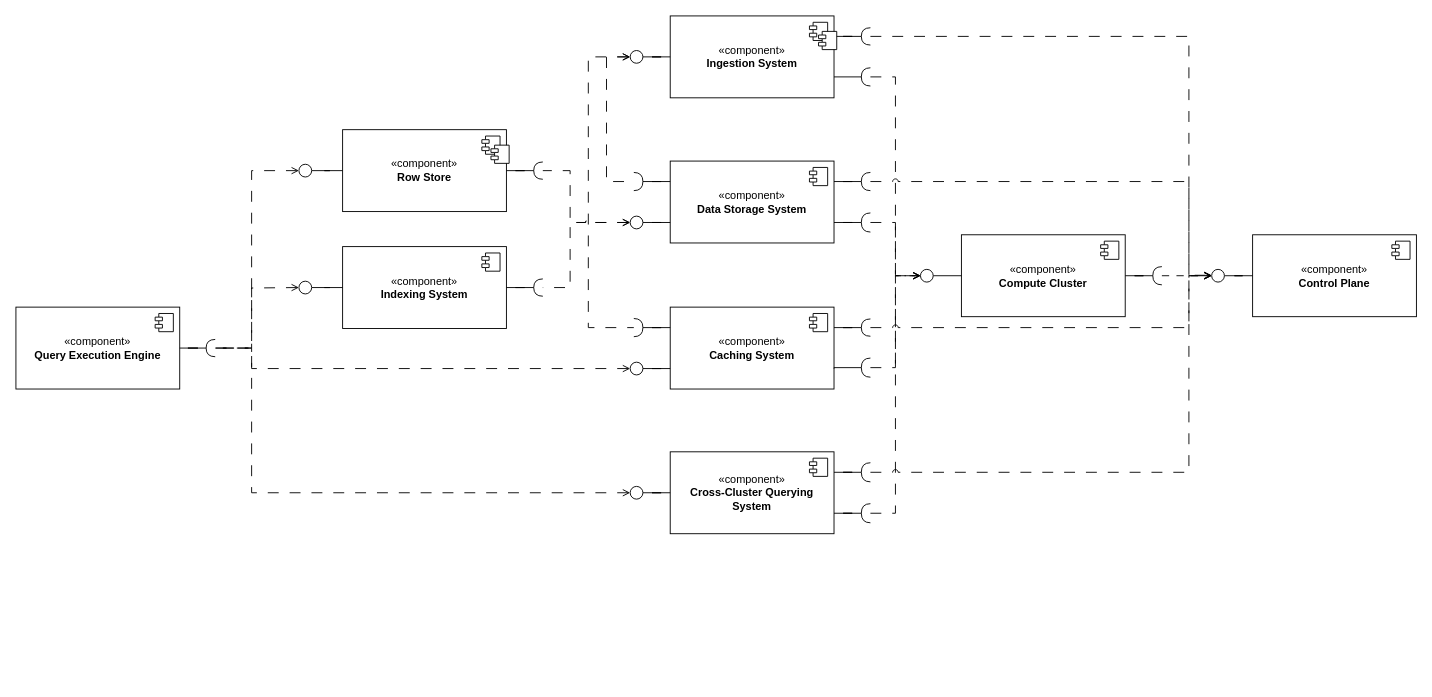
Above: azure_iot.drawio in info-marceloramirez/architect_toolbox (draw.io), before the change. Source tidied: cells renumbered, new cells numbered last; positions are measured from the earlier drawing's top-left corner, leaving out a move shared by most shapes. Both pictures are drawn from the tidied source at 91%, with x=0, y=0 at pixel (15, 15).
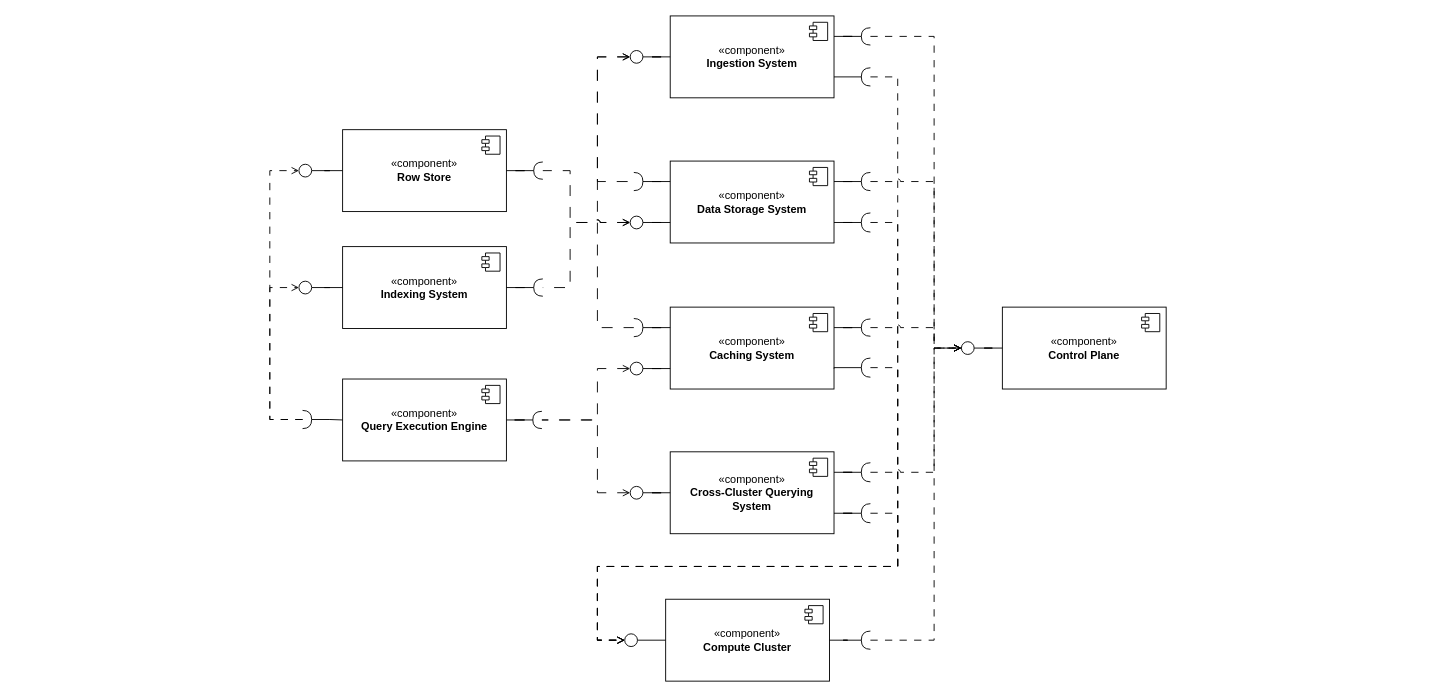
The same diagram, later.

Unchanged cells that the change refers to:
```xml
<mxCell id="29" style="shape=requiredInterface;html=1;verticalLabelPosition=bottom;sketch=0;rotation=-180;" parent="1" vertex="1">
  <mxGeometry x="929" y="57" width="10" height="20" as="geometry" />
</mxCell>
<mxCell id="30" style="shape=requiredInterface;html=1;verticalLabelPosition=bottom;sketch=0;rotation=-180;" parent="1" vertex="1">
  <mxGeometry x="929" y="376" width="10" height="21" as="geometry" />
</mxCell>
<mxCell id="34" style="shape=requiredInterface;html=1;verticalLabelPosition=bottom;sketch=0;rotation=-180;" parent="1" vertex="1">
  <mxGeometry x="929" y="216.5" width="10" height="21" as="geometry" />
</mxCell>
<mxCell id="36" style="shape=requiredInterface;html=1;verticalLabelPosition=bottom;sketch=0;rotation=-180;" parent="1" vertex="1">
  <mxGeometry x="929" y="536" width="10" height="21" as="geometry" />
</mxCell>
<mxCell id="38" style="shape=requiredInterface;html=1;verticalLabelPosition=bottom;sketch=0;rotation=-180;" parent="1" vertex="1">
  <mxGeometry x="929" y="13" width="10" height="19" as="geometry" />
</mxCell>
<mxCell id="40" style="shape=requiredInterface;html=1;verticalLabelPosition=bottom;sketch=0;rotation=-180;" parent="1" vertex="1">
  <mxGeometry x="929" y="172" width="10" height="20" as="geometry" />
</mxCell>
<mxCell id="42" style="shape=requiredInterface;html=1;verticalLabelPosition=bottom;sketch=0;rotation=-180;" parent="1" vertex="1">
  <mxGeometry x="929" y="333" width="10" height="19" as="geometry" />
</mxCell>
<mxCell id="44" style="shape=requiredInterface;html=1;verticalLabelPosition=bottom;sketch=0;rotation=-180;" parent="1" vertex="1">
  <mxGeometry x="929" y="491" width="10" height="21" as="geometry" />
</mxCell>
<mxCell id="53" style="ellipse;whiteSpace=wrap;html=1;" parent="1" vertex="1">
  <mxGeometry x="675" y="38" width="14" height="14" as="geometry" />
</mxCell>
<mxCell id="57" style="ellipse;whiteSpace=wrap;html=1;" parent="1" vertex="1">
  <mxGeometry x="675" y="380.5" width="14" height="14" as="geometry" />
</mxCell>
<mxCell id="59" style="ellipse;whiteSpace=wrap;html=1;" parent="1" vertex="1">
  <mxGeometry x="675" y="517" width="14" height="14" as="geometry" />
</mxCell>
<mxCell id="61" style="shape=requiredInterface;html=1;verticalLabelPosition=bottom;sketch=0;rotation=0;" parent="1" vertex="1">
  <mxGeometry x="679" y="172" width="10" height="20" as="geometry" />
</mxCell>
<mxCell id="63" style="shape=requiredInterface;html=1;verticalLabelPosition=bottom;sketch=0;rotation=0;" parent="1" vertex="1">
  <mxGeometry x="679" y="332.5" width="10" height="20" as="geometry" />
</mxCell>
<mxCell id="77" style="ellipse;whiteSpace=wrap;html=1;" parent="1" vertex="1">
  <mxGeometry x="311" y="163" width="14" height="14" as="geometry" />
</mxCell>
<mxCell id="79" style="ellipse;whiteSpace=wrap;html=1;" parent="1" vertex="1">
  <mxGeometry x="311" y="291.5" width="14" height="14" as="geometry" />
</mxCell>
```

Change to the diagram source:
```diff
@@
     <mxCell id="8" value="«component»&lt;br&gt;&lt;b&gt;Compute Cluster&lt;/b&gt;" style="html=1;whiteSpace=wrap;" parent="1" vertex="1">
-      <mxGeometry x="1039" y="240.5" width="180" height="90" as="geometry" />
+      <mxGeometry x="714" y="641" width="180" height="90" as="geometry" />
     </mxCell>
@@
     <mxCell id="12" value="«component»&lt;br&gt;&lt;b&gt;Query Execution Engine&lt;/b&gt;" style="html=1;whiteSpace=wrap;" parent="1" vertex="1">
-      <mxGeometry y="320" width="180" height="90" as="geometry" />
+      <mxGeometry x="359" y="399" width="180" height="90" as="geometry" />
     </mxCell>
@@
     <mxCell id="16" value="«component»&lt;br&gt;&lt;b&gt;Control Plane&lt;/b&gt;" style="html=1;whiteSpace=wrap;" parent="1" vertex="1">
-      <mxGeometry x="1359" y="240.5" width="180" height="90" as="geometry" />
+      <mxGeometry x="1084" y="320" width="180" height="90" as="geometry" />
     </mxCell>
@@
     <mxCell id="20" style="ellipse;whiteSpace=wrap;html=1;align=center;fillColor=none;strokeColor=none;perimeter=centerPerimeter;" parent="1" vertex="1">
-      <mxGeometry x="1112" y="243.5" width="10" height="10" as="geometry" />
+      <mxGeometry x="787" y="644" width="10" height="10" as="geometry" />
     </mxCell>
@@
     <mxCell id="24" style="ellipse;whiteSpace=wrap;html=1;" parent="1" vertex="1">
-      <mxGeometry x="1314" y="278.5" width="14" height="14" as="geometry" />
+      <mxGeometry x="1039" y="358" width="14" height="14" as="geometry" />
     </mxCell>
@@
-    <mxCell id="26" style="edgeStyle=orthogonalEdgeStyle;rounded=0;jettySize=auto;html=1;entryX=0;entryY=0.5;entryDx=0;entryDy=0;dashed=1;dashPattern=8 8;endArrow=open;endFill=0;" parent="1" edge="1" source="27" target="24">
-      <mxGeometry relative="1" as="geometry" />
+    <mxCell id="26" style="edgeStyle=orthogonalEdgeStyle;rounded=0;jettySize=auto;html=1;entryX=0;entryY=0.5;entryDx=0;entryDy=0;endArrow=open;endFill=0;dashed=1;dashPattern=8 8;" parent="1" edge="1" source="27" target="24">
+      <mxGeometry relative="1" as="geometry">
+        <Array as="points">
+          <mxPoint x="1009" y="686" />
+          <mxPoint x="1009" y="365" />
+        </Array>
+      </mxGeometry>
     </mxCell>
     <mxCell id="27" style="shape=requiredInterface;html=1;verticalLabelPosition=bottom;sketch=0;rotation=-180;" parent="1" vertex="1">
-      <mxGeometry x="1249.3" y="275.5" width="10" height="20" as="geometry" />
+      <mxGeometry x="929" y="676" width="10" height="20" as="geometry" />
     </mxCell>
-    <mxCell id="28" style="edgeStyle=orthogonalEdgeStyle;rounded=0;jettySize=auto;html=1;entryX=0;entryY=0.5;entryDx=0;entryDy=0;dashed=1;dashPattern=12 12;endArrow=open;endFill=0;" parent="1" edge="1" source="29" target="32">
-      <mxGeometry relative="1" as="geometry" />
+    <mxCell id="28" style="edgeStyle=orthogonalEdgeStyle;rounded=0;jettySize=auto;html=1;entryX=0;entryY=0.5;entryDx=0;entryDy=0;dashed=1;dashPattern=8 8;endArrow=open;endFill=0;jumpStyle=arc;" parent="1" edge="1" source="29" target="32">
+      <mxGeometry relative="1" as="geometry">
+        <Array as="points">
+          <mxPoint x="969" y="67" />
+          <mxPoint x="969" y="605" />
+          <mxPoint x="639" y="605" />
+          <mxPoint x="639" y="686" />
+        </Array>
+      </mxGeometry>
     </mxCell>
@@
+    <mxCell id="46" style="edgeStyle=orthogonalEdgeStyle;rounded=0;jettySize=auto;html=1;entryX=0;entryY=0.5;entryDx=0;entryDy=0;dashed=1;dashPattern=8 8;endArrow=open;endFill=0;exitX=0;exitY=0.5;exitDx=0;exitDy=0;exitPerimeter=0;jumpStyle=arc;" parent="1" edge="1" source="30" target="32">
+      <mxGeometry relative="1" as="geometry">
+        <Array as="points">
+          <mxPoint x="969" y="387" />
+          <mxPoint x="969" y="605" />
+          <mxPoint x="639" y="605" />
+          <mxPoint x="639" y="686" />
+        </Array>
+      </mxGeometry>
+    </mxCell>
@@
     <mxCell id="32" style="ellipse;whiteSpace=wrap;html=1;" parent="1" vertex="1">
-      <mxGeometry x="994" y="278.5" width="14" height="14" as="geometry" />
+      <mxGeometry x="669" y="679" width="14" height="14" as="geometry" />
     </mxCell>
@@
+    <mxCell id="45" style="edgeStyle=orthogonalEdgeStyle;rounded=0;jettySize=auto;html=1;entryX=0;entryY=0.5;entryDx=0;entryDy=0;dashed=1;dashPattern=8 8;endArrow=open;endFill=0;jumpStyle=arc;" parent="1" edge="1" source="34" target="32">
+      <mxGeometry relative="1" as="geometry">
+        <Array as="points">
+          <mxPoint x="969" y="227" />
+          <mxPoint x="969" y="605" />
+          <mxPoint x="639" y="605" />
+          <mxPoint x="639" y="686" />
+        </Array>
+      </mxGeometry>
+    </mxCell>
@@
+    <mxCell id="47" style="edgeStyle=orthogonalEdgeStyle;rounded=0;jettySize=auto;html=1;entryX=0;entryY=0.5;entryDx=0;entryDy=0;dashed=1;dashPattern=8 8;endArrow=open;endFill=0;exitX=0;exitY=0.5;exitDx=0;exitDy=0;exitPerimeter=0;jumpStyle=arc;" parent="1" edge="1" source="36" target="32">
+      <mxGeometry relative="1" as="geometry">
+        <Array as="points">
+          <mxPoint x="969" y="547" />
+          <mxPoint x="969" y="605" />
+          <mxPoint x="639" y="605" />
+          <mxPoint x="639" y="686" />
+        </Array>
+      </mxGeometry>
+    </mxCell>
@@
+    <mxCell id="48" style="edgeStyle=orthogonalEdgeStyle;rounded=0;jettySize=auto;html=1;entryX=0;entryY=0.5;entryDx=0;entryDy=0;endArrow=open;endFill=0;dashed=1;dashPattern=8 8;jumpStyle=arc;" parent="1" edge="1" source="38" target="24">
+      <mxGeometry relative="1" as="geometry">
+        <Array as="points">
+          <mxPoint x="1009" y="23" />
+          <mxPoint x="1009" y="365" />
+        </Array>
+      </mxGeometry>
+    </mxCell>
@@
+    <mxCell id="49" style="edgeStyle=orthogonalEdgeStyle;rounded=0;jettySize=auto;html=1;entryX=0;entryY=0.5;entryDx=0;entryDy=0;endArrow=open;endFill=0;dashed=1;dashPattern=8 8;jumpStyle=arc;" parent="1" edge="1" source="40" target="24">
+      <mxGeometry relative="1" as="geometry">
+        <Array as="points">
+          <mxPoint x="1009" y="182" />
+          <mxPoint x="1009" y="365" />
+        </Array>
+      </mxGeometry>
+    </mxCell>
@@
+    <mxCell id="50" style="edgeStyle=orthogonalEdgeStyle;rounded=0;jettySize=auto;html=1;entryX=0;entryY=0.5;entryDx=0;entryDy=0;endArrow=open;endFill=0;dashed=1;dashPattern=8 8;jumpStyle=arc;" parent="1" edge="1" source="42" target="24">
+      <mxGeometry relative="1" as="geometry">
+        <Array as="points">
+          <mxPoint x="1009" y="343" />
+          <mxPoint x="1009" y="365" />
+        </Array>
+      </mxGeometry>
+    </mxCell>
@@
+    <mxCell id="51" style="edgeStyle=orthogonalEdgeStyle;rounded=0;jettySize=auto;html=1;exitX=0;exitY=0.5;exitDx=0;exitDy=0;exitPerimeter=0;entryX=0;entryY=0.5;entryDx=0;entryDy=0;endArrow=open;endFill=0;dashed=1;dashPattern=8 8;jumpStyle=arc;" parent="1" edge="1" source="44" target="24">
+      <mxGeometry relative="1" as="geometry">
+        <Array as="points">
+          <mxPoint x="1009" y="502" />
+          <mxPoint x="1009" y="365" />
+        </Array>
+      </mxGeometry>
+    </mxCell>
@@
-    <mxCell id="45" style="edgeStyle=orthogonalEdgeStyle;rounded=0;jettySize=auto;html=1;entryX=0;entryY=0.5;entryDx=0;entryDy=0;dashed=1;dashPattern=12 12;endArrow=open;endFill=0;exitX=0;exitY=0.5;exitDx=0;exitDy=0;exitPerimeter=0;" parent="1" edge="1" source="34" target="32">
-      <mxGeometry relative="1" as="geometry" />
-    </mxCell>
-    <mxCell id="46" style="edgeStyle=orthogonalEdgeStyle;rounded=0;jettySize=auto;html=1;entryX=0;entryY=0.5;entryDx=0;entryDy=0;dashed=1;dashPattern=12 12;endArrow=open;endFill=0;exitX=0;exitY=0.5;exitDx=0;exitDy=0;exitPerimeter=0;" parent="1" edge="1" source="30" target="32">
-      <mxGeometry relative="1" as="geometry" />
-    </mxCell>
-    <mxCell id="47" style="edgeStyle=orthogonalEdgeStyle;rounded=0;jettySize=auto;html=1;entryX=0;entryY=0.5;entryDx=0;entryDy=0;dashed=1;dashPattern=12 12;endArrow=open;endFill=0;exitX=0;exitY=0.5;exitDx=0;exitDy=0;exitPerimeter=0;" parent="1" edge="1" source="36" target="32">
-      <mxGeometry relative="1" as="geometry" />
-    </mxCell>
-    <mxCell id="48" style="edgeStyle=orthogonalEdgeStyle;rounded=0;jettySize=auto;html=1;dashed=1;dashPattern=12 12;endArrow=open;endFill=0;exitX=0;exitY=0.5;exitDx=0;exitDy=0;exitPerimeter=0;entryX=0;entryY=0.5;entryDx=0;entryDy=0;" parent="1" edge="1" source="38" target="24">
-      <mxGeometry relative="1" as="geometry">
-        <Array as="points">
-          <mxPoint x="1289" y="23" />
-          <mxPoint x="1289" y="285" />
-        </Array>
-      </mxGeometry>
-    </mxCell>
-    <mxCell id="49" style="edgeStyle=orthogonalEdgeStyle;rounded=0;jettySize=auto;html=1;dashed=1;dashPattern=12 12;endArrow=open;endFill=0;exitX=0;exitY=0.5;exitDx=0;exitDy=0;exitPerimeter=0;jumpStyle=arc;entryX=0;entryY=0.5;entryDx=0;entryDy=0;" parent="1" edge="1" source="40" target="24">
-      <mxGeometry relative="1" as="geometry">
-        <Array as="points">
-          <mxPoint x="1289" y="182" />
-          <mxPoint x="1289" y="286" />
-        </Array>
-      </mxGeometry>
-    </mxCell>
-    <mxCell id="50" style="edgeStyle=orthogonalEdgeStyle;rounded=0;jettySize=auto;html=1;dashed=1;dashPattern=12 12;endArrow=open;endFill=0;exitX=0;exitY=0.5;exitDx=0;exitDy=0;exitPerimeter=0;jumpStyle=arc;entryX=0;entryY=0.5;entryDx=0;entryDy=0;" parent="1" edge="1" source="42" target="24">
-      <mxGeometry relative="1" as="geometry">
-        <Array as="points">
-          <mxPoint x="1289" y="343" />
-          <mxPoint x="1289" y="285" />
-          <mxPoint x="1314" y="285" />
-        </Array>
-      </mxGeometry>
-    </mxCell>
-    <mxCell id="51" style="edgeStyle=orthogonalEdgeStyle;rounded=0;jettySize=auto;html=1;dashed=1;dashPattern=12 12;endArrow=open;endFill=0;exitX=0;exitY=0.5;exitDx=0;exitDy=0;exitPerimeter=0;jumpStyle=arc;" parent="1" edge="1" source="44" target="24">
-      <mxGeometry relative="1" as="geometry">
-        <Array as="points">
-          <mxPoint x="1289" y="502" />
-          <mxPoint x="1289" y="285" />
-        </Array>
-      </mxGeometry>
-    </mxCell>
@@
     <mxCell id="64" style="edgeStyle=orthogonalEdgeStyle;rounded=0;jettySize=auto;html=1;dashed=1;dashPattern=12 12;endArrow=none;endFill=0;exitX=0;exitY=0.5;exitDx=0;exitDy=0;entryX=0;entryY=0.5;entryDx=0;entryDy=0;entryPerimeter=0;startArrow=open;startFill=0;" parent="1" edge="1" source="53" target="61">
       <mxGeometry relative="1" as="geometry">
         <Array as="points">
-          <mxPoint x="649" y="45" />
-          <mxPoint x="649" y="182" />
+          <mxPoint x="639" y="45" />
+          <mxPoint x="639" y="182" />
         </Array>
       </mxGeometry>
     </mxCell>
     <mxCell id="65" style="edgeStyle=orthogonalEdgeStyle;rounded=0;jettySize=auto;html=1;dashed=1;dashPattern=12 12;endArrow=none;endFill=0;exitX=0;exitY=0.5;exitDx=0;exitDy=0;entryX=0;entryY=0.5;entryDx=0;entryDy=0;entryPerimeter=0;startArrow=open;startFill=0;" parent="1" edge="1" source="53" target="63">
       <mxGeometry relative="1" as="geometry">
         <Array as="points">
-          <mxPoint x="629" y="45" />
-          <mxPoint x="629" y="343" />
+          <mxPoint x="639" y="45" />
+          <mxPoint x="639" y="343" />
         </Array>
       </mxGeometry>
     </mxCell>
-    <mxCell id="66" style="shape=module;jettyWidth=8;jettyHeight=4;" parent="1" vertex="1">
-      <mxGeometry x="882" y="17" width="20" height="20" as="geometry" />
-    </mxCell>
@@
-    <mxCell id="73" style="shape=module;jettyWidth=8;jettyHeight=4;" parent="1" vertex="1">
-      <mxGeometry x="522" y="142" width="20" height="20" as="geometry" />
-    </mxCell>
@@
     <mxCell id="75" style="shape=requiredInterface;html=1;verticalLabelPosition=bottom;sketch=0;rotation=-180;" parent="1" vertex="1">
-      <mxGeometry x="209" y="355.5" width="10" height="19" as="geometry" />
+      <mxGeometry x="568" y="434.5" width="10" height="19" as="geometry" />
     </mxCell>
@@
-    <mxCell id="80" style="edgeStyle=orthogonalEdgeStyle;rounded=0;jettySize=auto;html=1;dashed=1;dashPattern=12 12;endArrow=none;endFill=0;exitX=0;exitY=0.5;exitDx=0;exitDy=0;startArrow=open;startFill=0;entryX=0;entryY=0.5;entryDx=0;entryDy=0;entryPerimeter=0;jumpStyle=arc;" parent="1" edge="1" source="77" target="75">
-      <mxGeometry relative="1" as="geometry">
-        <Array as="points">
-          <mxPoint x="259" y="170" />
-          <mxPoint x="259" y="365" />
-        </Array>
-      </mxGeometry>
-    </mxCell>
-    <mxCell id="81" style="edgeStyle=orthogonalEdgeStyle;rounded=0;jettySize=auto;html=1;dashed=1;dashPattern=12 12;endArrow=none;endFill=0;exitX=0;exitY=0.5;exitDx=0;exitDy=0;startArrow=open;startFill=0;entryX=0;entryY=0.5;entryDx=0;entryDy=0;entryPerimeter=0;jumpStyle=arc;" parent="1" edge="1" source="79" target="75">
-      <mxGeometry relative="1" as="geometry">
-        <Array as="points">
-          <mxPoint x="289" y="299" />
-          <mxPoint x="259" y="299" />
-          <mxPoint x="259" y="365" />
-        </Array>
-      </mxGeometry>
-    </mxCell>
     <mxCell id="82" style="edgeStyle=orthogonalEdgeStyle;rounded=0;jettySize=auto;html=1;dashed=1;dashPattern=12 12;endArrow=none;endFill=0;exitX=0;exitY=0.5;exitDx=0;exitDy=0;startArrow=open;startFill=0;entryX=0;entryY=0.5;entryDx=0;entryDy=0;entryPerimeter=0;jumpStyle=arc;" parent="1" edge="1" source="57" target="75">
       <mxGeometry relative="1" as="geometry">
         <Array as="points">
-          <mxPoint x="259" y="388" />
-          <mxPoint x="259" y="365" />
+          <mxPoint x="639" y="388" />
+          <mxPoint x="639" y="444" />
         </Array>
       </mxGeometry>
     </mxCell>
     <mxCell id="83" style="edgeStyle=orthogonalEdgeStyle;rounded=0;jettySize=auto;html=1;dashed=1;dashPattern=12 12;endArrow=none;endFill=0;exitX=0;exitY=0.5;exitDx=0;exitDy=0;startArrow=open;startFill=0;entryX=0;entryY=0.5;entryDx=0;entryDy=0;entryPerimeter=0;jumpStyle=arc;" parent="1" edge="1" source="59" target="75">
       <mxGeometry relative="1" as="geometry">
         <Array as="points">
-          <mxPoint x="259" y="524" />
-          <mxPoint x="259" y="365" />
+          <mxPoint x="639" y="524" />
+          <mxPoint x="639" y="444" />
         </Array>
       </mxGeometry>
     </mxCell>
+    <mxCell id="84" style="edgeStyle=orthogonalEdgeStyle;rounded=0;jettySize=auto;html=1;endArrow=none;endFill=0;entryX=0;entryY=0.5;entryDx=0;entryDy=0;" parent="1" edge="1" source="87" target="12">
+      <mxGeometry relative="1" as="geometry" />
+    </mxCell>
+    <mxCell id="85" style="edgeStyle=orthogonalEdgeStyle;rounded=0;jettySize=auto;html=1;entryX=0;entryY=0.5;entryDx=0;entryDy=0;dashed=1;dashPattern=8 8;endArrow=open;endFill=0;" parent="1" edge="1" source="87" target="79">
+      <mxGeometry relative="1" as="geometry">
+        <Array as="points">
+          <mxPoint x="279" y="443" />
+          <mxPoint x="279" y="299" />
+        </Array>
+      </mxGeometry>
+    </mxCell>
+    <mxCell id="86" style="edgeStyle=orthogonalEdgeStyle;rounded=0;jettySize=auto;html=1;entryX=0;entryY=0.5;entryDx=0;entryDy=0;dashed=1;dashPattern=8 8;endArrow=open;endFill=0;" parent="1" edge="1" source="87" target="77">
+      <mxGeometry relative="1" as="geometry">
+        <Array as="points">
+          <mxPoint x="279" y="443" />
+          <mxPoint x="279" y="170" />
+        </Array>
+      </mxGeometry>
+    </mxCell>
+    <mxCell id="87" style="shape=requiredInterface;html=1;verticalLabelPosition=bottom;sketch=0;rotation=0;" parent="1" vertex="1">
+      <mxGeometry x="315" y="433.5" width="10" height="20" as="geometry" />
+    </mxCell>
```
